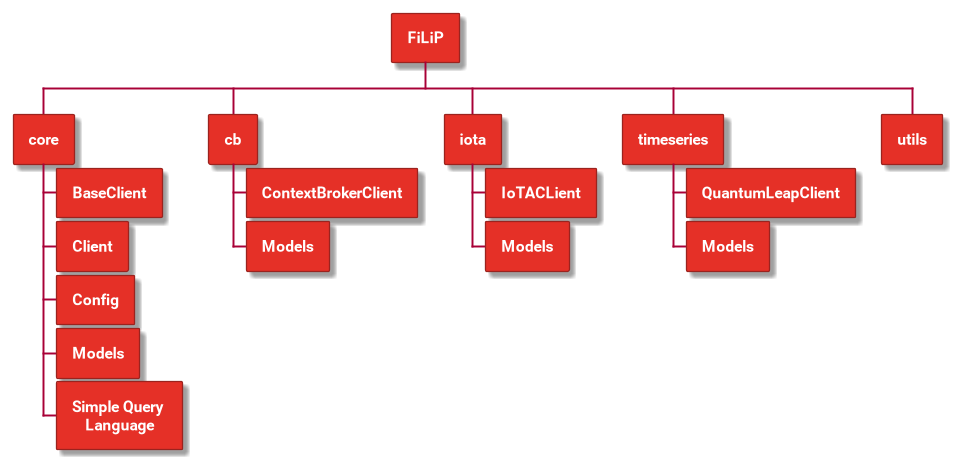
This is docs/diagrams/out/architecture.png from RWTH-EBC/FiLiP, a PlantUML export, as it was before one commit.
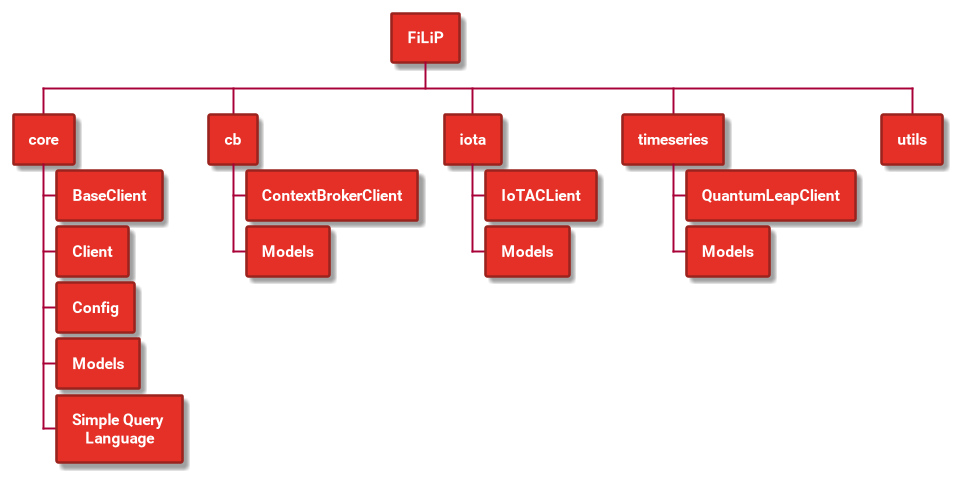
The same diagram one commit later.

Commit message:
changed color of structure diagram

Diff of the diagram source:
```diff
@@ -1,18 +1,18 @@
 @startwbs
 !theme materia
-skinparam BackgroundColor white
+skinparam BackgroundColor transparent
 <style>
 node {
     Padding 2
-    Margin 3
+    Margin 5
     HorizontalAlignment center
     LineColor #9B231E
-    LineThickness 1.0
+    LineThickness 2.0
     BackgroundColor #E53027
     FontColor white
     FontName Roboto
     FontStyle bold
-    RoundCorner 2
+    RoundCorner 3
     MaximumWidth 100
 }
 </style>
```
